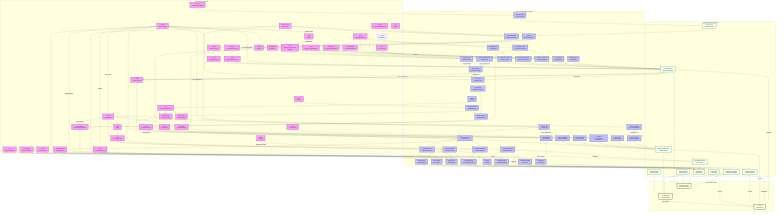
This is docs/figures/scoliosis_mechanism_map.png from sayuj1989-ops/life, a Mermaid export, as it was before one commit. Its source is kept beside it as docs/figures/scoliosis_mechanism_map.mmd. The source it was exported from:
```mermaid
graph TD
    subgraph Genetics [Genetic & Molecular Layer]
        HOX[HOX Cluster<br/>HOXA10, HOXD11]
        COL[COL2A1<br/>Collagen Type II]
        PIEZO1[PIEZO1<br/>Scalar Stiffness]
        PIEZO2[PIEZO2<br/>Vector Alignment]
        CILIA[DNAH5/PKD1L1<br/>Cilia Motility]
        LBX1[LBX1<br/>Transcription Factor]
        ADGRG6[ADGRG6/GPR126<br/>Adhesion GPCR]
        PTK7[PTK7<br/>Planar Cell Polarity]
        YAP[YAP/TAZ<br/>Hippo Pathway]
        PKD2L1[PKD2L1<br/>CSF-Contacting Neurons]
        MMP[MMP1/MMP3<br/>Matrix Metalloproteinases]
        URP[Urp1/2<br/>Urotensin Peptide]
        UTS2R[UTS2R<br/>Urotensin Receptor]
        GFAP[GFAP<br/>Glial Activation]
        VIM[VIM<br/>Vimentin]
        LAMIN[LAMIN<br/>Lamin A/C]
        BMAL1[BMAL1/CLOCK<br/>Circadian Rhythm]
        RUNX3[RUNX3/EGR3<br/>Proprioceptive Identity]
        METTL3[METTL3<br/>m6A Methyltransferase]
        ESR1[ESR1<br/>Estrogen Receptor Alpha]
        AQP4[AQP4<br/>Aquaporin-4]
        MELATONIN[MELATONIN<br/>Pineal Hormone]
        MT2[MTNR1B<br/>Melatonin Receptor]
        HIF1A[HIF1A<br/>Hypoxia Inducible Factor]
        POC5[POC5<br/>Centriolar Splint]
        DSTYK[DSTYK<br/>Kinase]
        TFEB[TFEB<br/>Transcription Factor]
        Beta_Catenin[Beta-Catenin<br/>Wnt Effector]
        DPY19L1L[DPY19L1L<br/>C-mannosyltransferase]
        IGF1R[IGF1R<br/>Insulin-like Growth Factor Receptor]
        GHR[GHR<br/>Growth Hormone Receptor]
        SOST[SOST<br/>Sclerostin]
        FBN1[FBN1<br/>Fibrillin-1]
        CCN[CCN1/2<br/>Matrix Protein]
        PPARGC1A[PPARGC1A<br/>Mitochondrial Biogenesis]
        KCNQ[KCNQ<br/>Potassium Channel]
        GPX4[GPX4<br/>Antioxidant Defense]
        CAV1[CAV1<br/>Caveolin-1]
    end

    subgraph Processes [Cellular & Developmental Processes]
        Astrogliosis[Reactive Astrogliosis<br/>Neuroinflammation]
        Region[Regionalization<br/>Segment Identity]
        ECM_Assembly[ECM Assembly<br/>Fibrillogenesis]
        Nucl_Shuttle[Nuclear Shuttling<br/>Transcriptional Switch]
        Mech_Trans[Mechanotransduction<br/>Ca2+ Influx]
        Sym_Break[Symmetry Breaking<br/>Nodal Flow]
        CSF_Sensing[CSF Flow Sensing<br/>Reissner Fiber Signal]
        Neur_Diff[Somatosensory<br/>Differentiation]
        Muscle_Diff[Myogenic Differentiation<br/>Fiber Type Specification]
        Disc_Maint[Disc Maintenance<br/>Annulus Fibrosis Fusion]
        PCP_Sig[PCP Signaling<br/>Wnt Pathway]
        Degradation[ECM Degradation<br/>Collagen Breakdown]
        mtROS[mtROS<br/>Mitochondrial ROS]
        Adipogenesis[Adipogenesis<br/>Fatty Infiltration]
        Hydraulic_Congestion[IVD Swelling<br/>Hydraulic Congestion]
        Immune_Infilt[Immune Infiltration<br/>Macrophage Entry]
        Circadian_Entrain[Circadian Entrainment<br/>Loading Zeitgeber]
        Proprio_Maint[Proprioceptive Maint.<br/>Sensory Survival]
        H3K9me3[H3K9me3<br/>Heterochromatin Compaction]
        VCL_Stasis[VCL Stasis<br/>Lymphatic Reflux]
        Glymphatic_Stasis[Glymphatic Stasis<br/>Toxic Clearance Failure]
        Vestibular_Input[Vestibular Input<br/>Graviception]
        Gi_cAMP[Gi/cAMP Signaling<br/>Gain Suppression]
        Ciliary_Tuning[Ciliary Tuning<br/>Antenna Gain]
        Hypoxia[Hypoxia<br/>O2 Deficit]
        Osteogenesis[Osteogenesis<br/>Bone Formation]
        Ciliary_Splint[Ciliary Splint<br/>Antenna Stiffness]
        Vacuole_Biogenesis[Vacuole Biogenesis<br/>Hydrostatic Inflation]
        C_Mannosylation[C-Mannosylation<br/>Protein Folding]
        Rapid_Growth[Rapid Growth<br/>Adolescent Spurt]
        Energy_Deficit[Energy Deficit<br/>Metabolic Buckling]
        mtBiogenesis[Mitochondrial Biogenesis<br/>Energy Supply]
        Fibrosis[Fibrosis<br/>Scarring]
        TGFB[TGF-Beta Signaling<br/>Sequestration Failure]
        Osteocyte_Dendrite[Osteocyte Dendrites<br/>Network Formation]
        Actin_Dynamics[Actin Cytoskeleton<br/>Strain Rearrangement]
        VEGF_A[VEGF-A/PGE2<br/>Secretory Response]
        Ferroptosis[Ferroptosis<br/>Iron Overload]
        Membrane_Tension[Membrane Tension<br/>Buffering Reserve]
    end

    subgraph Tissue [Tissue Mechanics & Properties]
        Rest_Kappa[Rest Curvature κ0<br/>Target Geometry]
        Stiffness[Stiffness EI<br/>Material Quality]
        Torsional_Stiffness[Torsional Stiffness GJ<br/>Rotational Rigidity]
        Gain[Feedback Gain G_mech<br/>Adaptive Growth]
        Torsion[Chiral Torsion ε<br/>Initial Twist]
        Muscle_Tone[Proprioception &<br/>Muscle Tone Balance]
        Anisotropy[Tissue Anisotropy<br/>Directional Order]
        TMD[Tissue Mineral Density<br/>Bone Quality]
        Reissner_Fiber[Reissner Fiber<br/>Tension Reference]
        Growth_Plate_Dysplasia[Growth Plate Dysplasia<br/>Asymmetric Ossification]
    end

    subgraph Outcome [Macroscopic Outcome]
        S_Curve[S-Shaped Spine<br/>Counter-Curvature]
        Stability[Mechanical Stability<br/>Buckling Resistance]
        Scoliosis[Scoliosis<br/>System Failure]
    end

    HOX --> Region
    Region --> Rest_Kappa
    Rest_Kappa --> S_Curve

    COL --> ECM_Assembly
    ECM_Assembly --> Stiffness
    Stiffness --> Stability

    PIEZO1 --> Mech_Trans
    PIEZO2 --> Mech_Trans
    Mech_Trans --> Gain
    Gain --> S_Curve

    PIEZO1 --> ECM_Assembly
    PIEZO2 --> Muscle_Tone

    CILIA --> Sym_Break
    Sym_Break --> Torsion
    Torsion --> S_Curve

    LBX1 --> Neur_Diff
    LBX1 --> Muscle_Diff
    Neur_Diff --> Proprio_Maint
    Proprio_Maint --> Muscle_Tone
    Muscle_Diff --> Muscle_Tone
    Muscle_Tone --> Stability

    RUNX3 --> Proprio_Maint

    ADGRG6 --> Disc_Maint
    Disc_Maint --> Stiffness

    PTK7 --> PCP_Sig
    PCP_Sig --> Anisotropy
    Anisotropy --> Stability

    YAP --> Nucl_Shuttle
    Nucl_Shuttle --> ECM_Assembly
    Mech_Trans --> Nucl_Shuttle

    YAP --> CCN
    CCN --> Osteocyte_Dendrite
    Osteocyte_Dendrite --> Gain

    CILIA --> CSF_Sensing
    PKD2L1 --> CSF_Sensing
    CSF_Sensing --> URP
    URP --> UTS2R
    UTS2R --> Muscle_Tone

    MMP --> Degradation
    Degradation --> Stiffness

    CILIA --> Astrogliosis
    GFAP --> Astrogliosis
    Astrogliosis --> Muscle_Tone

    VIM --> mtROS
    mtROS --> LAMIN
    LAMIN --> Adipogenesis
    Adipogenesis --> Muscle_Tone

    Hydraulic_Congestion --> Immune_Infilt
    Immune_Infilt --> MMP
    Degradation --> Torsional_Stiffness
    Torsional_Stiffness --> Stability

    AQP4 --> Glymphatic_Stasis
    Glymphatic_Stasis --> Astrogliosis

    Glymphatic_Stasis --> MMP

    MELATONIN --> MT2
    MT2 --> Gi_cAMP
    Gi_cAMP --> Gain

    Vestibular_Input --> Muscle_Tone

    Stability --> S_Curve
    S_Curve -- "Loss of Control" --> Scoliosis
    Stiffness -- "Too Low" --> Scoliosis
    Torsional_Stiffness -- "Too Low" --> Scoliosis
    Gain -- "Too Low" --> Scoliosis
    Torsion -- "Randomized" --> Scoliosis
    Muscle_Tone -- "Asymmetry" --> Scoliosis

    classDef gene fill:#f9f,stroke:#333,stroke-width:2px;
    classDef process fill:#bbf,stroke:#333,stroke-width:2px;
    classDef tissue fill:#efe,stroke:#333,stroke-width:2px;
    classDef outcome fill:#ffd,stroke:#333,stroke-width:4px;

    BMAL1 --> Circadian_Entrain
    Mech_Trans --> Circadian_Entrain
    Circadian_Entrain --> Disc_Maint

    BMAL1 --> Ciliary_Tuning
    Ciliary_Tuning --> Mech_Trans

    mtROS --> METTL3
    METTL3 --> ESR1
    ESR1 --> Muscle_Tone

    LAMIN --> H3K9me3
    H3K9me3 --> Gain

    Muscle_Tone -- "Pump Failure" --> VCL_Stasis
    VCL_Stasis --> Hydraulic_Congestion

    Hydraulic_Congestion --> Hypoxia
    Hypoxia --> HIF1A
    HIF1A --> BMAL1

    Mech_Trans --> HOX
    HOX --> ECM_Assembly

    Osteogenesis --> TMD
    TMD --> Stiffness

    PIEZO1 --> Beta_Catenin
    Beta_Catenin --> Osteogenesis
    Beta_Catenin -- "Inhibition" --> Adipogenesis

    POC5 --> Ciliary_Splint
    Ciliary_Splint --> Gain

    DSTYK --> TFEB
    TFEB --> Vacuole_Biogenesis
    Vacuole_Biogenesis --> Stiffness
    Vacuole_Biogenesis --> Region

    PIEZO1 -- "Stress Disassembly" --> Ciliary_Tuning
    Ciliary_Tuning -- "Loss = Derepression" --> Osteogenesis

    DPY19L1L --> C_Mannosylation
    C_Mannosylation --> Reissner_Fiber
    Reissner_Fiber --> CSF_Sensing

    IGF1R --> Rapid_Growth
    GHR --> Rapid_Growth
    Rapid_Growth -- "Scaling Mismatch" --> Energy_Deficit
    Energy_Deficit -- "Crowding Out" --> PIEZO2
    PPARGC1A --> mtBiogenesis
    mtBiogenesis -- "Depletion (Bottleneck)" --> Energy_Deficit

    PIEZO1 --> VCL_Stasis

    PIEZO1 -- "Inhibition (Brake)" --> Fibrosis
    Fibrosis --> Stiffness

    PIEZO1 -- "Inhibition (Brake)" --> SOST
    SOST -- "Inhibition (Wnt)" --> Beta_Catenin

    PIEZO1 -- "Ca2+/F-actin" --> YAP
    YAP -- "Over-activation" --> MMP

    FBN1 -- "Sequestration Failure" --> TGFB
    TGFB -- "Osteopenia" --> TMD
    TGFB -- "Fibrosis" --> Fibrosis
    TGFB -- "Stiffening" --> Stiffness

    CILIA --> Actin_Dynamics
    Actin_Dynamics -- "Impaired in AIS" --> VEGF_A
    VEGF_A --> Gain

    KCNQ -- "Hyperpolarization" --> Mech_Trans

    PIEZO1 -- "Inhibition" --> GPX4
    GPX4 -- "Loss of Defense" --> Ferroptosis
    Ferroptosis --> Growth_Plate_Dysplasia
    Growth_Plate_Dysplasia --> Stability

    Muscle_Tone -- "Micro-Tremor Dither" --> PIEZO1
    Muscle_Tone -- "Micro-Tremor Dither" --> PIEZO2


    CAV1 --> Membrane_Tension
    Membrane_Tension --> YAP

    class HOX,COL,PIEZO1,PIEZO2,CILIA,LBX1,ADGRG6,PTK7,YAP,PKD2L1,MMP,URP,UTS2R,GFAP,VIM,LAMIN,BMAL1,RUNX3,METTL3,ESR1,MELATONIN,MT2,HIF1A,POC5,DSTYK,TFEB,Beta_Catenin,DPY19L1L,IGF1R,GHR,SOST,FBN1,CCN,PPARGC1A,KCNQ,GPX4,CAV1 gene;
    class Region,ECM_Assembly,Mech_Trans,Sym_Break,Neur_Diff,Muscle_Diff,Disc_Maint,PCP_Sig,Nucl_Shuttle,CSF_Sensing,Degradation,Astrogliosis,mtROS,Adipogenesis,Hydraulic_Congestion,Immune_Infilt,Circadian_Entrain,Proprio_Maint,H3K9me3,VCL_Stasis,Glymphatic_Stasis,Vestibular_Input,Gi_cAMP,Ciliary_Tuning,Hypoxia,Osteogenesis,Ciliary_Splint,Vacuole_Biogenesis,C_Mannosylation,Rapid_Growth,Energy_Deficit,mtBiogenesis,Fibrosis,TGFB,Osteocyte_Dendrite,Actin_Dynamics,VEGF_A,Ferroptosis,Membrane_Tension process;
    class Rest_Kappa,Stiffness,Torsional_Stiffness,Gain,Torsion,Muscle_Tone,Anisotropy,TMD,Reissner_Fiber,Growth_Plate_Dysplasia tissue;
    class S_Curve,Stability,Scoliosis outcome;
```
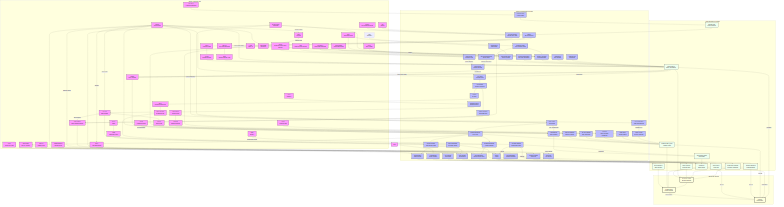
After the commit.

Commit message:
weekly-map: add TBX6/Somitogenesis arc

Change to the diagram source:
```diff
@@ -80,6 +80,7 @@
         VEGF_A[VEGF-A/PGE2<br/>Secretory Response]
         Ferroptosis[Ferroptosis<br/>Iron Overload]
         Membrane_Tension[Membrane Tension<br/>Buffering Reserve]
+        Somitogenesis[Somitogenesis<br/>Somite Formation]
     end
 
     subgraph Tissue [Tissue Mechanics & Properties]
@@ -279,7 +280,10 @@
     CAV1 --> Membrane_Tension
     Membrane_Tension --> YAP
 
-    class HOX,COL,PIEZO1,PIEZO2,CILIA,LBX1,ADGRG6,PTK7,YAP,PKD2L1,MMP,URP,UTS2R,GFAP,VIM,LAMIN,BMAL1,RUNX3,METTL3,ESR1,MELATONIN,MT2,HIF1A,POC5,DSTYK,TFEB,Beta_Catenin,DPY19L1L,IGF1R,GHR,SOST,FBN1,CCN,PPARGC1A,KCNQ,GPX4,CAV1 gene;
-    class Region,ECM_Assembly,Mech_Trans,Sym_Break,Neur_Diff,Muscle_Diff,Disc_Maint,PCP_Sig,Nucl_Shuttle,CSF_Sensing,Degradation,Astrogliosis,mtROS,Adipogenesis,Hydraulic_Congestion,Immune_Infilt,Circadian_Entrain,Proprio_Maint,H3K9me3,VCL_Stasis,Glymphatic_Stasis,Vestibular_Input,Gi_cAMP,Ciliary_Tuning,Hypoxia,Osteogenesis,Ciliary_Splint,Vacuole_Biogenesis,C_Mannosylation,Rapid_Growth,Energy_Deficit,mtBiogenesis,Fibrosis,TGFB,Osteocyte_Dendrite,Actin_Dynamics,VEGF_A,Ferroptosis,Membrane_Tension process;
+    TBX6 --> Somitogenesis
+    Somitogenesis --> Rest_Kappa
+
+    class HOX,COL,PIEZO1,PIEZO2,CILIA,LBX1,ADGRG6,PTK7,YAP,PKD2L1,MMP,URP,UTS2R,GFAP,VIM,LAMIN,BMAL1,RUNX3,METTL3,ESR1,MELATONIN,MT2,HIF1A,POC5,DSTYK,TFEB,Beta_Catenin,DPY19L1L,IGF1R,GHR,SOST,FBN1,CCN,PPARGC1A,KCNQ,GPX4,CAV1,TBX6 gene;
+    class Region,ECM_Assembly,Mech_Trans,Sym_Break,Neur_Diff,Muscle_Diff,Disc_Maint,PCP_Sig,Nucl_Shuttle,CSF_Sensing,Degradation,Astrogliosis,mtROS,Adipogenesis,Hydraulic_Congestion,Immune_Infilt,Circadian_Entrain,Proprio_Maint,H3K9me3,VCL_Stasis,Glymphatic_Stasis,Vestibular_Input,Gi_cAMP,Ciliary_Tuning,Hypoxia,Osteogenesis,Ciliary_Splint,Vacuole_Biogenesis,C_Mannosylation,Rapid_Growth,Energy_Deficit,mtBiogenesis,Fibrosis,TGFB,Osteocyte_Dendrite,Actin_Dynamics,VEGF_A,Ferroptosis,Membrane_Tension,Somitogenesis process;
     class Rest_Kappa,Stiffness,Torsional_Stiffness,Gain,Torsion,Muscle_Tone,Anisotropy,TMD,Reissner_Fiber,Growth_Plate_Dysplasia tissue;
     class S_Curve,Stability,Scoliosis outcome;
```
